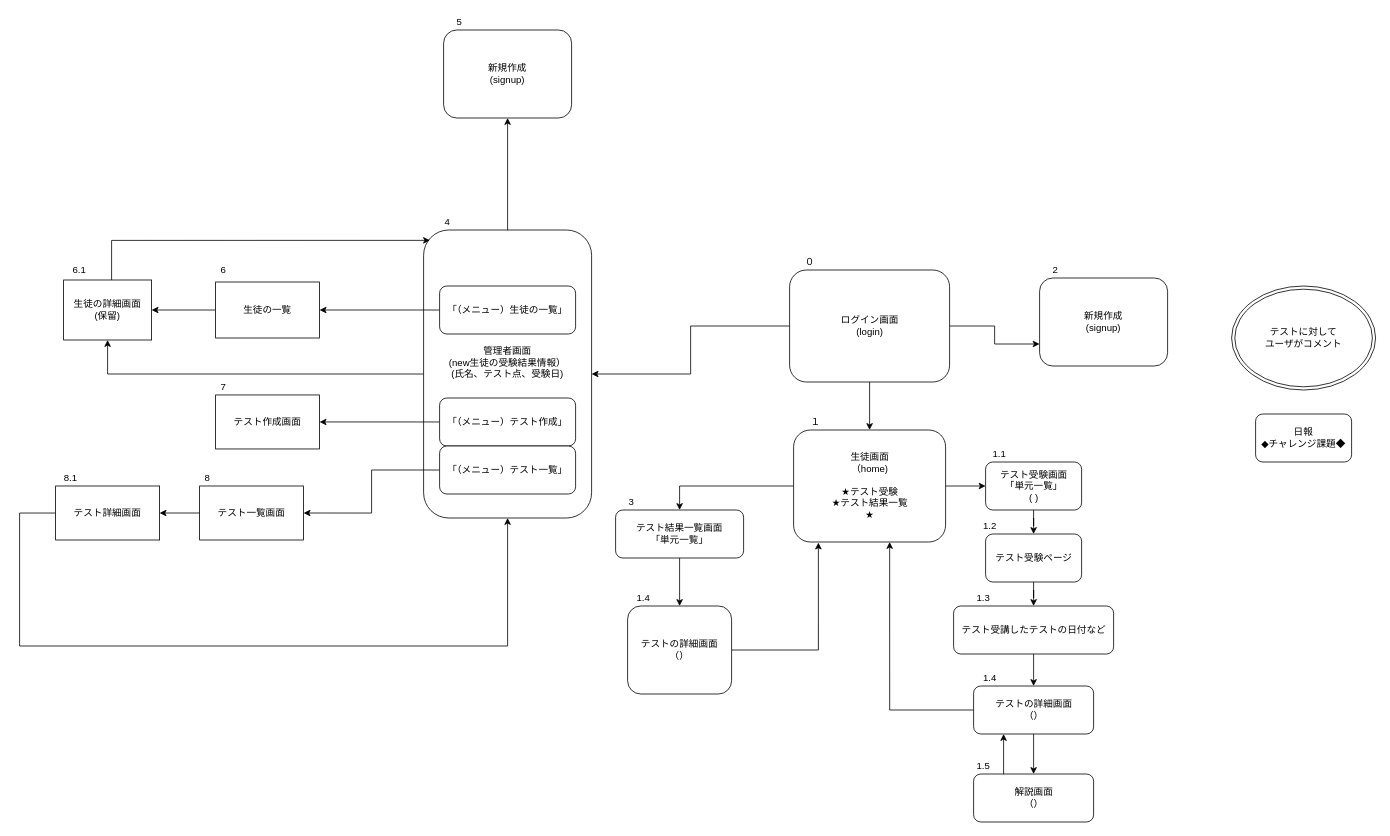
DOJO-2021/A-3 keeps this draw.io diagram as 外部設計DRAWIO/画面遷移図.drawio. Above is the earlier version. Source tidied: cells renumbered, new cells numbered last; positions are measured from the earlier drawing's top-left corner, leaving out a move shared by most shapes. Both pictures are drawn from the tidied source at 80%, with x=0, y=0 at pixel (19, 14).
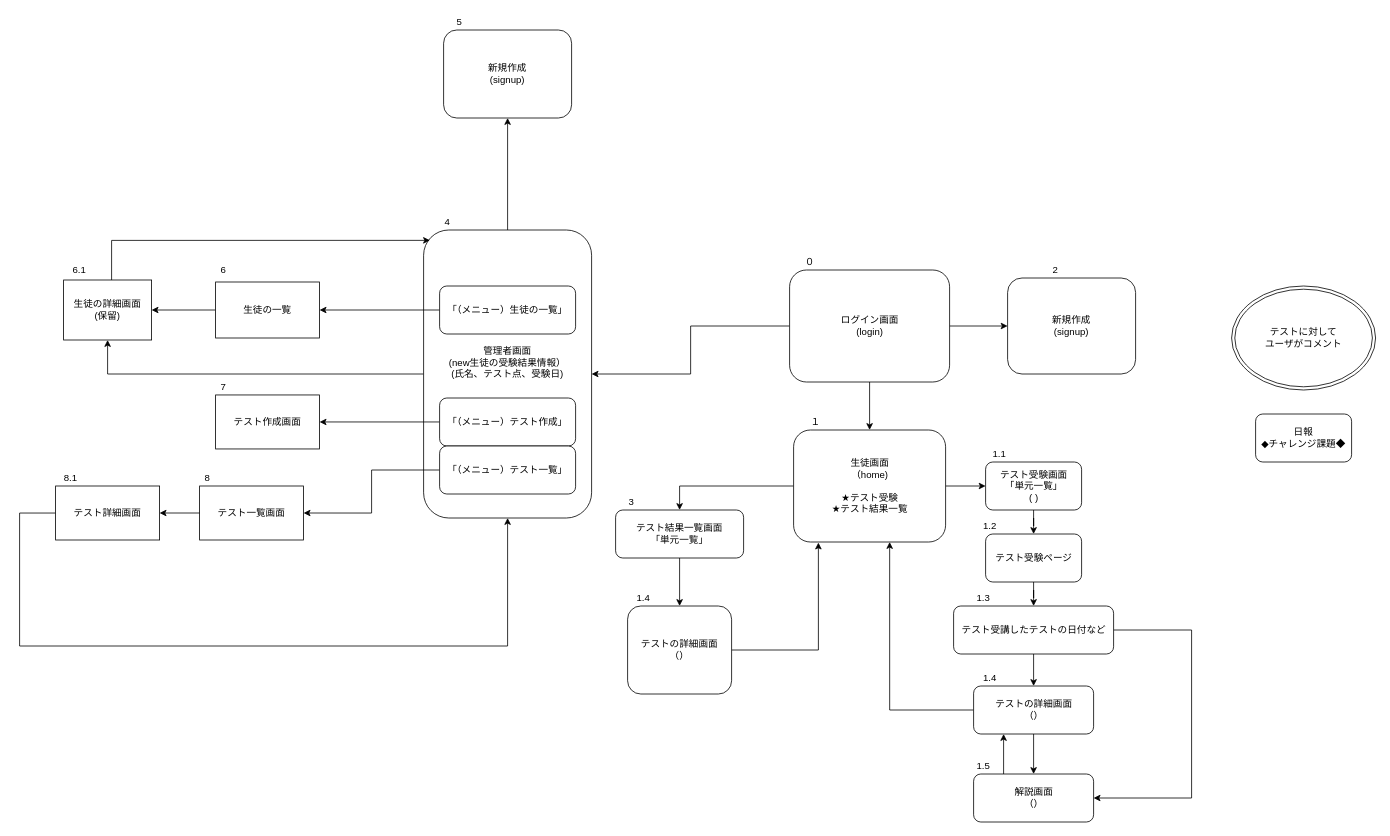
After the change.

Unchanged cells that the change refers to:
```xml
<mxCell id="8" value="ログイン画面&lt;br&gt;(login)" style="rounded=1;whiteSpace=wrap;html=1;" parent="1" vertex="1">
  <mxGeometry x="962.5" y="320" width="200" height="140" as="geometry" />
</mxCell>
<mxCell id="17" value="テスト受講したテストの日付など" style="rounded=1;whiteSpace=wrap;html=1;" parent="1" vertex="1">
  <mxGeometry x="1167.5" y="740" width="200" height="60" as="geometry" />
</mxCell>
<mxCell id="45" value="解説画面&lt;br&gt;（）" style="rounded=1;whiteSpace=wrap;html=1;" parent="1" vertex="1">
  <mxGeometry x="1192.5" y="950" width="150" height="60" as="geometry" />
</mxCell>
```

What changed in the source:
```diff
@@
-    <mxCell id="7" style="edgeStyle=orthogonalEdgeStyle;rounded=0;jettySize=auto;html=1;entryX=0;entryY=0.75;entryDx=0;entryDy=0;" parent="1" edge="1" source="8" target="61">
+    <mxCell id="7" style="edgeStyle=orthogonalEdgeStyle;rounded=0;jettySize=auto;html=1;entryX=0;entryY=0.5;entryDx=0;entryDy=0;" parent="1" edge="1" source="8" target="61">
       <mxGeometry relative="1" as="geometry" />
     </mxCell>
@@
-    <mxCell id="11" value="生徒画面&lt;br&gt;（home)&lt;br&gt;&lt;br&gt;★テスト受験&lt;br&gt;★テスト結果一覧&lt;br&gt;★" style="rounded=1;whiteSpace=wrap;html=1;" parent="1" vertex="1">
+    <mxCell id="11" value="生徒画面&lt;br&gt;（home)&lt;br&gt;&lt;br&gt;★テスト受験&lt;br&gt;★テスト結果一覧&lt;br&gt;" style="rounded=1;whiteSpace=wrap;html=1;" parent="1" vertex="1">
       <mxGeometry x="967.5" y="520" width="190" height="140" as="geometry" />
     </mxCell>
@@
+    <mxCell id="63" style="edgeStyle=orthogonalEdgeStyle;rounded=0;jettySize=auto;html=1;entryX=1;entryY=0.5;entryDx=0;entryDy=0;" parent="1" edge="1" source="17" target="45">
+      <mxGeometry relative="1" as="geometry">
+        <Array as="points">
+          <mxPoint x="1465" y="770" />
+          <mxPoint x="1465" y="980" />
+        </Array>
+      </mxGeometry>
+    </mxCell>
@@
     <mxCell id="61" value="新規作成&lt;br&gt;(signup)" style="rounded=1;whiteSpace=wrap;html=1;" parent="1" vertex="1">
-      <mxGeometry x="1275" y="330" width="160" height="110" as="geometry" />
+      <mxGeometry x="1235" y="330" width="160" height="120" as="geometry" />
     </mxCell>
```
